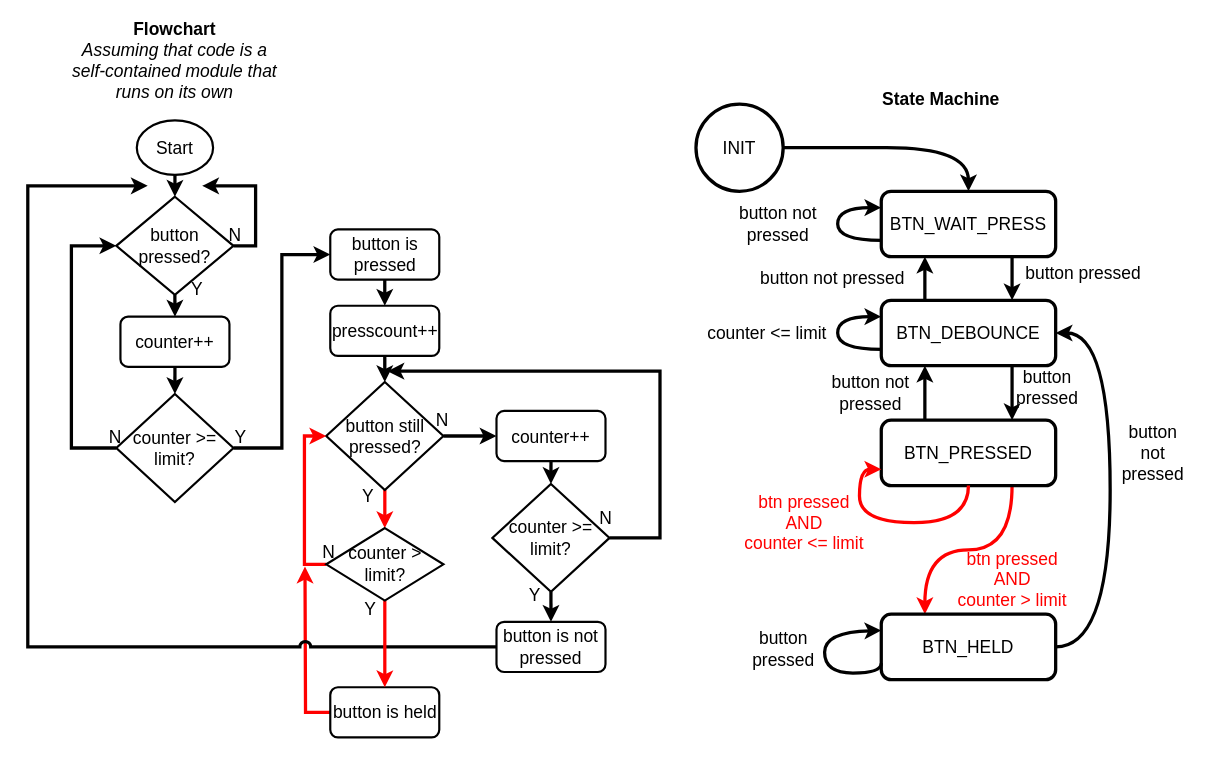
Earlier version of the draw.io diagram page "button_sm" (6 of 9) of pic18k42.X/k42-project.drawio (mjneri/ws2812-controller). Source tidied: cells renumbered, new cells numbered last; positions are measured from the earlier drawing's top-left corner, leaving out a move shared by most shapes. Both pictures are drawn from the tidied source at 109%, with x=0, y=0 at pixel (27, 44).
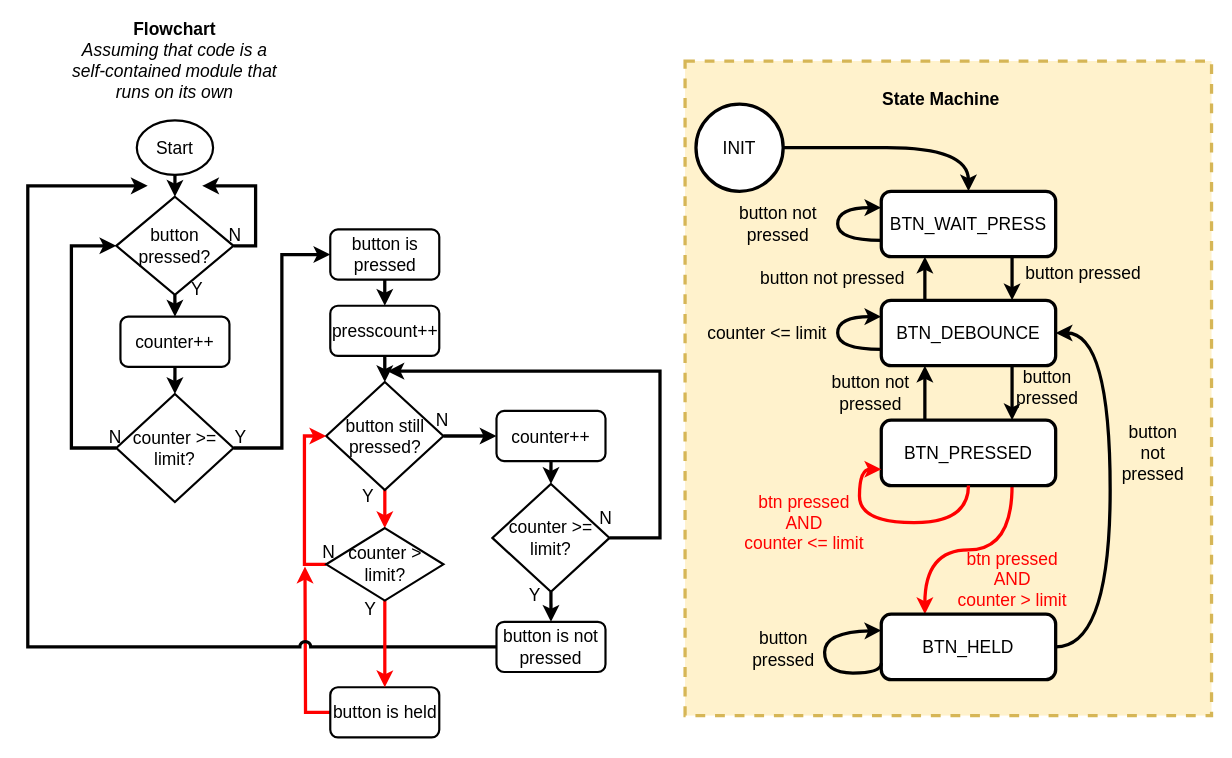
The same diagram, later.

Diff of the diagram source:
```diff
@@
+    <mxCell id="69" style="rounded=0;whiteSpace=wrap;html=1;strokeWidth=3;dashed=1;fillColor=#fff2cc;strokeColor=#d6b656;" parent="1" vertex="1">
+      <mxGeometry x="603" y="15.5" width="483" height="600.5" as="geometry" />
+    </mxCell>
```
